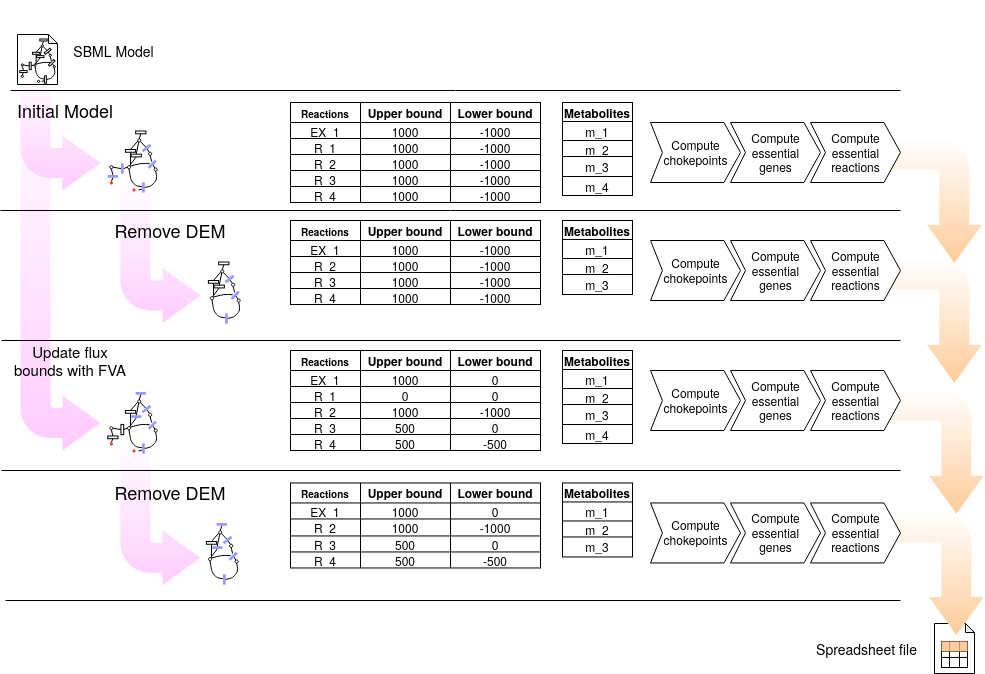
openCONTRABASS/CONTRABASS keeps this draw.io diagram as docs/source/_static/chokepoint_pipeline.png. Above is the earlier version. Source tidied: cells renumbered, new cells last; positions are measured from the earlier drawing's top-left corner, leaving out a move shared by most shapes.
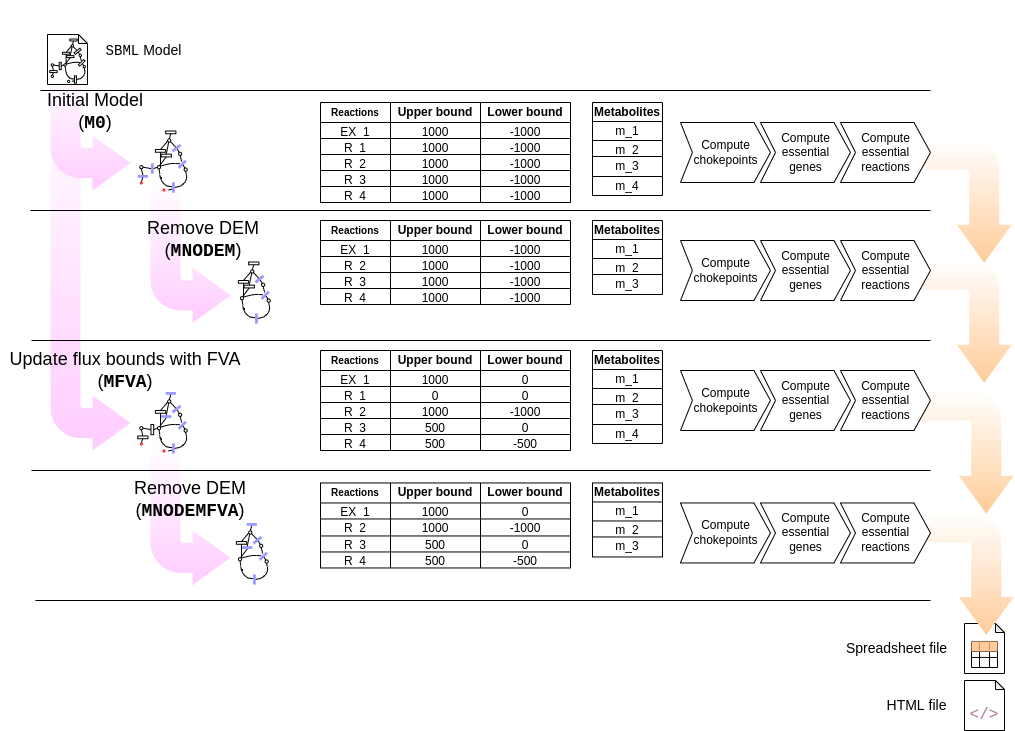
After the commit.

What changed in the source:
```diff
@@ -343,8 +343,8 @@
         <mxPoint x="900" y="600" as="targetPoint" />
       </mxGeometry>
     </mxCell>
-    <mxCell id="97" value="&lt;font style=&quot;font-size: 18px&quot;&gt;Initial Model&lt;/font&gt;" style="text;html=1;strokeColor=none;fillColor=none;align=center;verticalAlign=middle;whiteSpace=wrap;rounded=0;" parent="1" vertex="1">
-      <mxGeometry x="10" y="100" width="110" height="20" as="geometry" />
+    <mxCell id="97" value="&lt;font style=&quot;font-size: 18px&quot;&gt;Initial Model&lt;br&gt;(&lt;b&gt;&lt;font face=&quot;Courier New&quot;&gt;M0&lt;/font&gt;&lt;/b&gt;)&lt;br&gt;&lt;/font&gt;" style="text;html=1;strokeColor=none;fillColor=none;align=center;verticalAlign=middle;whiteSpace=wrap;rounded=0;" parent="1" vertex="1">
+      <mxGeometry x="10" y="102" width="110" height="20" as="geometry" />
     </mxCell>
     <mxCell id="98" style="shape=table;html=1;whiteSpace=wrap;startSize=0;" parent="1" vertex="1">
       <mxGeometry x="290" y="102" width="250" height="100" as="geometry" />
@@ -454,8 +454,8 @@
     <mxCell id="133" value="m_4" style="shape=partialRectangle;html=1;whiteSpace=wrap;overflow=hidden;fillColor=none;top=0;left=0;bottom=0;right=0;" parent="132" vertex="1">
       <mxGeometry width="70" height="19" as="geometry" />
     </mxCell>
-    <mxCell id="134" value="&lt;font style=&quot;font-size: 18px&quot;&gt;Remove DEM&lt;/font&gt;" style="text;html=1;strokeColor=none;fillColor=none;align=center;verticalAlign=middle;whiteSpace=wrap;rounded=0;" parent="1" vertex="1">
-      <mxGeometry x="100" y="220" width="140" height="20" as="geometry" />
+    <mxCell id="134" value="&lt;font style=&quot;font-size: 18px&quot;&gt;Remove DEM&lt;br&gt;(&lt;b&gt;&lt;font face=&quot;Courier New&quot;&gt;MNODEM&lt;/font&gt;&lt;/b&gt;)&lt;br&gt;&lt;/font&gt;" style="text;html=1;strokeColor=none;fillColor=none;align=center;verticalAlign=middle;whiteSpace=wrap;rounded=0;" parent="1" vertex="1">
+      <mxGeometry x="102.8" y="230" width="140" height="20" as="geometry" />
     </mxCell>
     <mxCell id="135" style="group;" parent="1" vertex="1">
       <mxGeometry x="190.2" y="261.5" width="52.5" height="63.4" as="geometry" />
@@ -642,8 +642,8 @@
         <mxPoint x="900" y="470" as="targetPoint" />
       </mxGeometry>
     </mxCell>
-    <mxCell id="189" value="&lt;font style=&quot;font-size: 15px&quot;&gt;Update flux bounds with FVA&lt;/font&gt;" style="text;html=1;strokeColor=none;fillColor=none;align=center;verticalAlign=middle;whiteSpace=wrap;rounded=0;" parent="1" vertex="1">
-      <mxGeometry x="10" y="350" width="120" height="20" as="geometry" />
+    <mxCell id="189" value="&lt;font&gt;&lt;font style=&quot;font-size: 18px&quot;&gt;Update flux bounds with FVA&lt;br&gt;(&lt;b&gt;&lt;font face=&quot;Courier New&quot;&gt;MFVA&lt;/font&gt;&lt;/b&gt;)&lt;/font&gt;&lt;br&gt;&lt;/font&gt;" style="text;html=1;strokeColor=none;fillColor=none;align=center;verticalAlign=middle;whiteSpace=wrap;rounded=0;" parent="1" vertex="1">
+      <mxGeometry x="-30" y="361" width="250" height="20" as="geometry" />
     </mxCell>
     <mxCell id="190" style="group;" parent="1" vertex="1">
       <mxGeometry x="107.2" y="391.5" width="52.5" height="63.4" as="geometry" />
@@ -963,8 +963,8 @@
         </Array>
       </mxGeometry>
     </mxCell>
-    <mxCell id="282" value="&lt;font style=&quot;font-size: 18px&quot;&gt;Remove DEM&lt;/font&gt;" style="text;html=1;strokeColor=none;fillColor=none;align=center;verticalAlign=middle;whiteSpace=wrap;rounded=0;" parent="1" vertex="1">
-      <mxGeometry x="100" y="482.5" width="140" height="20" as="geometry" />
+    <mxCell id="282" value="&lt;font style=&quot;font-size: 18px&quot;&gt;Remove DEM&lt;br&gt;(&lt;b&gt;&lt;font face=&quot;Courier New&quot;&gt;MNODEMFVA&lt;/font&gt;&lt;/b&gt;)&lt;br&gt;&lt;/font&gt;" style="text;html=1;strokeColor=none;fillColor=none;align=center;verticalAlign=middle;whiteSpace=wrap;rounded=0;" parent="1" vertex="1">
+      <mxGeometry x="90" y="490" width="140" height="20" as="geometry" />
     </mxCell>
     <mxCell id="283" style="shape=table;html=1;whiteSpace=wrap;startSize=0;" parent="1" vertex="1">
       <mxGeometry x="290" y="482.5" width="250" height="85" as="geometry" />
@@ -1092,11 +1092,20 @@
     <mxCell id="324" value="&lt;div&gt;Compute&lt;/div&gt;&lt;div&gt;essential&lt;/div&gt;&lt;div&gt;reactions&lt;br&gt;&lt;/div&gt;" style="html=1;shadow=0;dashed=0;align=center;verticalAlign=middle;shape=mxgraph.arrows2.arrow;dy=0;dx=16.54;notch=15;" parent="1" vertex="1">
       <mxGeometry x="810" y="502.5" width="90" height="60" as="geometry" />
     </mxCell>
-    <mxCell id="325" value="&lt;h3&gt;&lt;span style=&quot;font-weight: normal&quot;&gt;SBML Model&lt;/span&gt;&lt;/h3&gt;" style="text;html=1;strokeColor=none;fillColor=none;align=center;verticalAlign=middle;whiteSpace=wrap;rounded=0;" parent="1" vertex="1">
+    <mxCell id="325" value="&lt;h3&gt;&lt;span style=&quot;font-weight: normal&quot;&gt;&lt;font face=&quot;Courier New&quot;&gt;SBML&lt;/font&gt; Model&lt;/span&gt;&lt;/h3&gt;" style="text;html=1;strokeColor=none;fillColor=none;align=center;verticalAlign=middle;whiteSpace=wrap;rounded=0;" parent="1" vertex="1">
       <mxGeometry x="67.2" y="40" width="92.8" height="20" as="geometry" />
     </mxCell>
     <mxCell id="326" value="&lt;font style=&quot;font-size: 14px&quot;&gt;Spreadsheet file&lt;/font&gt;" style="text;html=1;strokeColor=none;fillColor=none;align=center;verticalAlign=middle;whiteSpace=wrap;rounded=0;" parent="1" vertex="1">
       <mxGeometry x="810" y="638" width="112.8" height="20" as="geometry" />
     </mxCell>
+    <mxCell id="327" style="group;" parent="1" vertex="1">
+      <mxGeometry x="934" y="680" width="40" height="50" as="geometry" />
+    </mxCell>
+    <mxCell id="328" value="&lt;font face=&quot;Courier New&quot;&gt;&lt;font style=&quot;font-size: 16px&quot; color=&quot;#b5739d&quot;&gt;&lt;br&gt;&amp;lt;/&amp;gt;&lt;/font&gt;&lt;br&gt;&lt;/font&gt;" style="shape=note;whiteSpace=wrap;html=1;backgroundOutline=1;darkOpacity=0.05;strokeColor=#000000;fillColor=#FFFFFF;gradientColor=none;size=9;" parent="327" vertex="1">
+      <mxGeometry width="40" height="50" as="geometry" />
+    </mxCell>
+    <mxCell id="329" value="&lt;font style=&quot;font-size: 14px&quot;&gt;HTML file&lt;/font&gt;" style="text;html=1;strokeColor=none;fillColor=none;align=center;verticalAlign=middle;whiteSpace=wrap;rounded=0;" parent="1" vertex="1">
+      <mxGeometry x="830" y="695" width="112.8" height="20" as="geometry" />
+    </mxCell>
   </root>
 </mxGraphModel>
```
